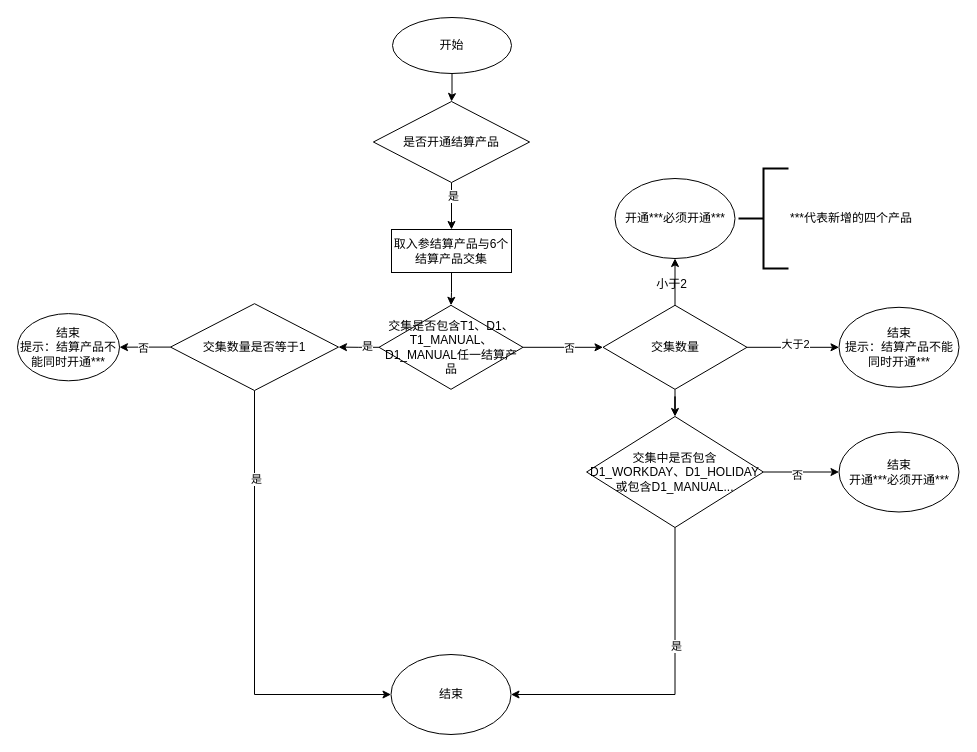
Above: page "工作日/非工作日结算产品" (1 of 2) of 未命名绘图.drawio in fengyong7723131/work (draw.io), before the change. Source tidied: cells renumbered, new cells numbered last; positions are measured from the earlier drawing's top-left corner, leaving out a move shared by most shapes. Both pictures are drawn from the tidied source at 100%, with x=0, y=0 at pixel (17, 17).
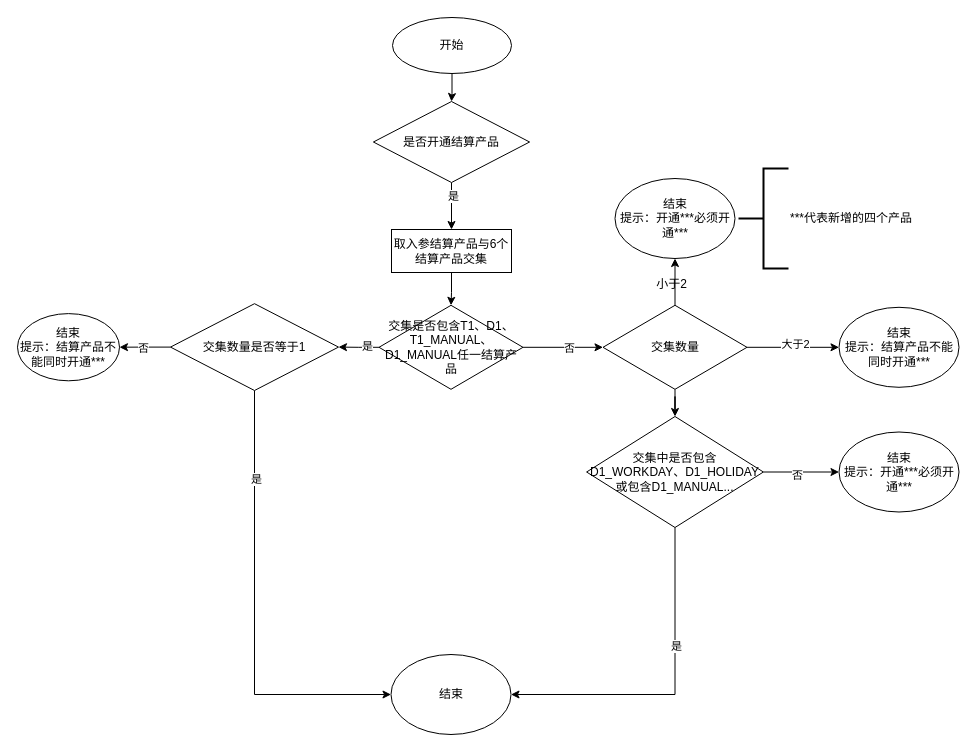
After the change.

Commit message (it also covers changes not shown here):
Update 未命名绘图.drawio

The edit, as a diff of the source:
```diff
@@
-    <mxCell id="27" value="开通***必须开通***" style="ellipse;whiteSpace=wrap;html=1;" parent="1" vertex="1">
+    <mxCell id="27" value="结束&lt;br&gt;提示：开通***必须开通***" style="ellipse;whiteSpace=wrap;html=1;" parent="1" vertex="1">
       <mxGeometry x="597.5" y="161" width="120" height="80" as="geometry" />
     </mxCell>
@@
-    <mxCell id="35" value="结束&lt;br&gt;开通***必须开通***" style="ellipse;whiteSpace=wrap;html=1;" parent="1" vertex="1">
+    <mxCell id="35" value="结束&lt;br&gt;提示：开通***必须开通***" style="ellipse;whiteSpace=wrap;html=1;" parent="1" vertex="1">
       <mxGeometry x="821.5" y="414.5" width="120" height="80" as="geometry" />
     </mxCell>
```
